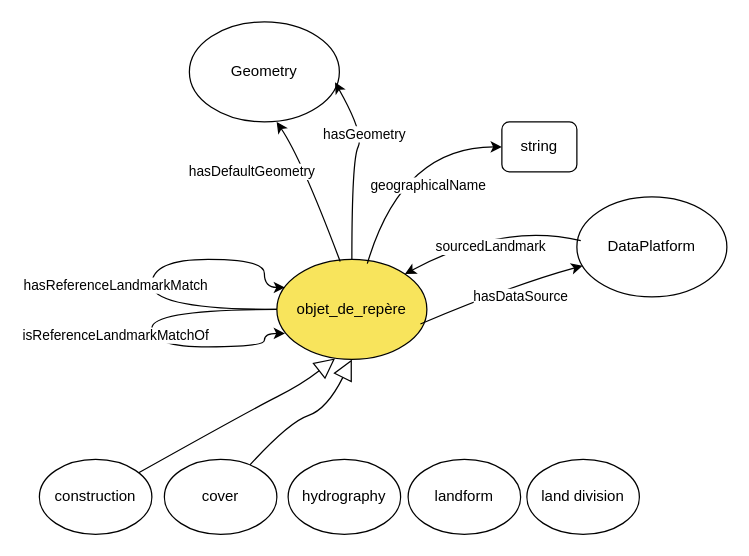
Before: diagram/conceptual_model.drawio in umrlastig/landmark-ontology, a draw.io diagram. Source tidied: cells renumbered, new cells numbered last; positions are measured from the earlier drawing's top-left corner, leaving out a move shared by most shapes. Both pictures are drawn from the tidied source at 125%, with x=0, y=0 at pixel (39, 21).
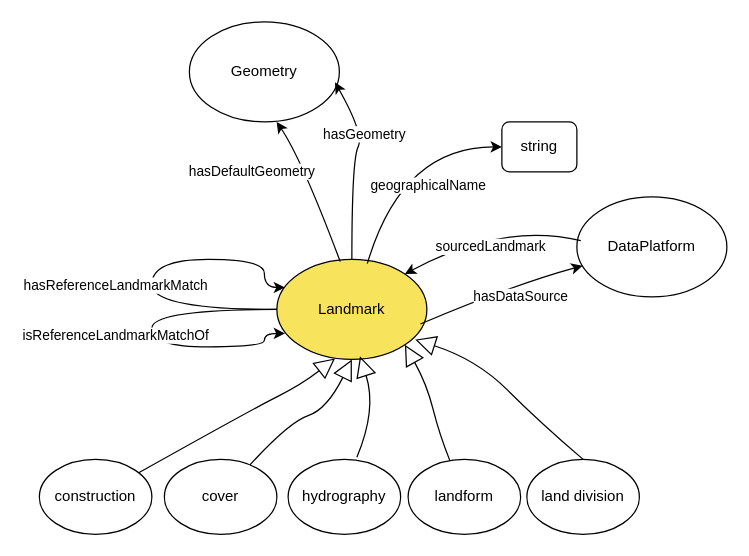
The same page after the edit.

Commit message:
Mettre à jour conceptual_model.drawio

Unchanged cells that the change refers to:
```xml
<mxCell id="18" value="hydrography" style="ellipse;whiteSpace=wrap;html=1;shapeInside=1;" parent="1" vertex="1">
  <mxGeometry x="199" y="350" width="90" height="60" as="geometry" />
</mxCell>
<mxCell id="19" value="landform" style="ellipse;whiteSpace=wrap;html=1;shapeInside=1;" parent="1" vertex="1">
  <mxGeometry x="295" y="350" width="90" height="60" as="geometry" />
</mxCell>
<mxCell id="20" value="land division" style="ellipse;whiteSpace=wrap;html=1;shapeInside=1;" parent="1" vertex="1">
  <mxGeometry x="390" y="350" width="90" height="60" as="geometry" />
</mxCell>
```

Change to the diagram source:
```diff
@@
-    <mxCell id="2" value="objet_de_repère" style="ellipse;whiteSpace=wrap;html=1;shapeInside=1;fillColor=light-dark(#f8e45c, #ededed);" parent="1" vertex="1">
+    <mxCell id="2" value="Landmark" style="ellipse;whiteSpace=wrap;html=1;shapeInside=1;fillColor=light-dark(#f8e45c, #ededed);" parent="1" vertex="1">
       <mxGeometry x="190" y="190" width="120" height="80" as="geometry" />
     </mxCell>
@@
+    <mxCell id="26" style="endArrow=block;html=1;rounded=0;exitX=0.611;exitY=-0.028;exitDx=0;exitDy=0;exitPerimeter=0;entryX=0.554;entryY=0.969;entryDx=0;entryDy=0;entryPerimeter=0;endFill=0;endSize=14;curved=1;" parent="1" edge="1" source="18" target="2">
+      <mxGeometry relative="1" as="geometry">
+        <Array as="points">
+          <mxPoint x="270" y="310" />
+        </Array>
+      </mxGeometry>
+    </mxCell>
+    <mxCell id="27" style="curved=1;endArrow=block;html=1;rounded=0;entryX=1;entryY=1;entryDx=0;entryDy=0;endFill=0;endSize=14;" parent="1" edge="1" source="19" target="2">
+      <mxGeometry relative="1" as="geometry">
+        <Array as="points">
+          <mxPoint x="320" y="330" />
+          <mxPoint x="310" y="290" />
+        </Array>
+      </mxGeometry>
+    </mxCell>
+    <mxCell id="28" style="curved=1;endArrow=block;html=1;rounded=0;exitX=0.5;exitY=0;exitDx=0;exitDy=0;entryX=0.922;entryY=0.802;entryDx=0;entryDy=0;entryPerimeter=0;endFill=0;endSize=14;" parent="1" edge="1" source="20" target="2">
+      <mxGeometry relative="1" as="geometry">
+        <Array as="points">
+          <mxPoint x="400" y="320" />
+          <mxPoint x="350" y="270" />
+        </Array>
+      </mxGeometry>
+    </mxCell>
```
